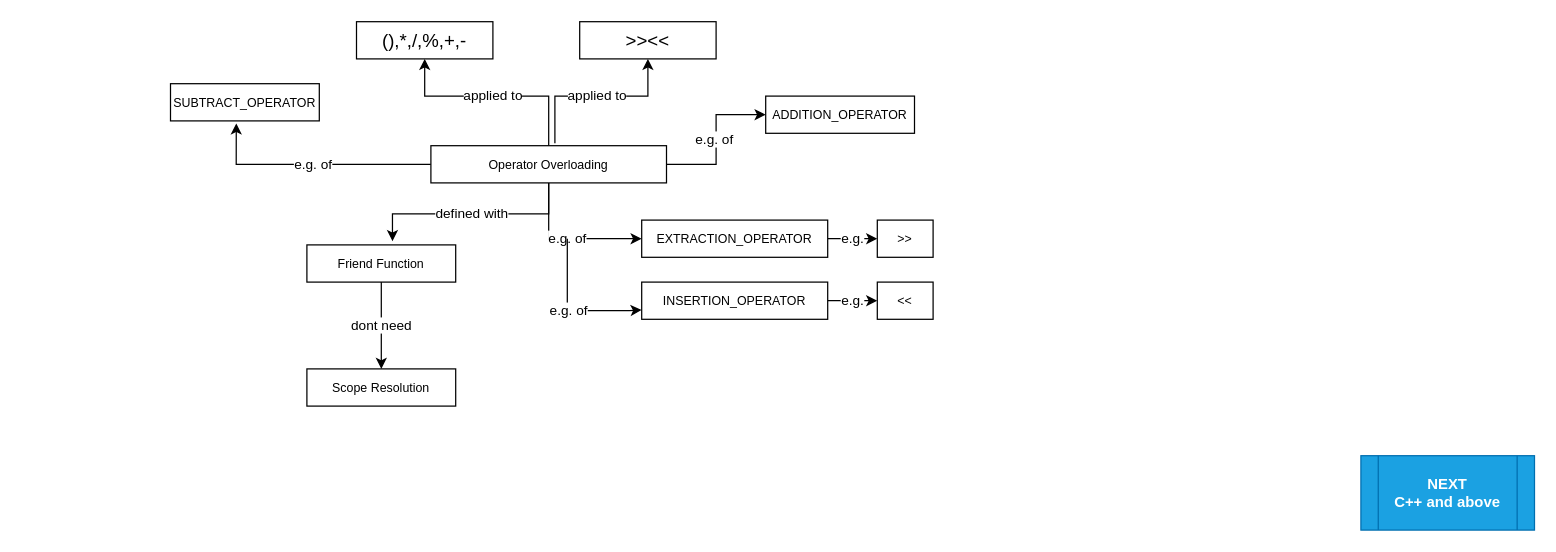
Earlier version of the draw.io diagram page "Operator Overloading (8)" (8 of 17) of revision/Supplementary/Mindmapcpp.drawio (BSCdfdff/LearnCppProgramming). Source tidied: cells renumbered, new cells numbered last; positions are measured from the earlier drawing's top-left corner, leaving out a move shared by most shapes. Both pictures are drawn from the tidied source at 124%, with x=0, y=0 at pixel (170, 21).
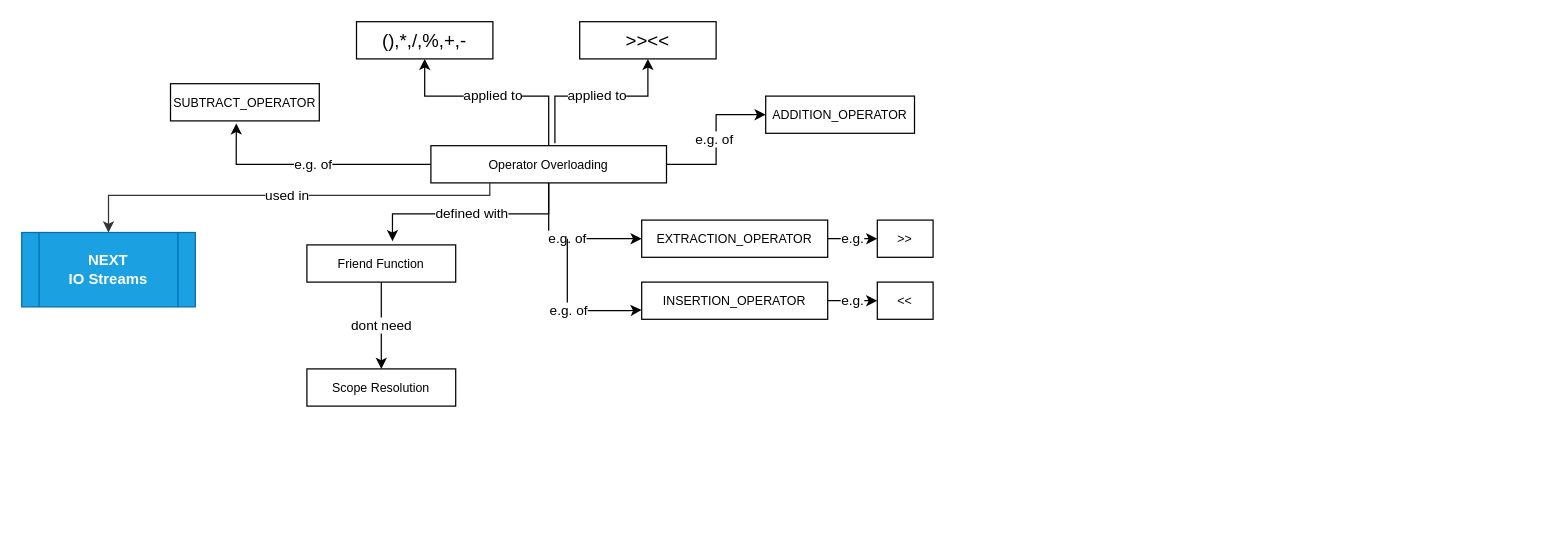
The same page after the edit.

Unchanged cells that the change refers to:
```xml
<mxCell id="7" value="&lt;span style=&quot;font-size: 10px&quot;&gt;Operator Overloading&lt;/span&gt;" style="rounded=0;whiteSpace=wrap;html=1;" parent="1" vertex="1">
  <mxGeometry x="210" y="100" width="190" height="30" as="geometry" />
</mxCell>
```

What changed in the source:
```diff
@@
+    <mxCell id="24" value="used in" style="edgeStyle=orthogonalEdgeStyle;rounded=0;jettySize=auto;html=1;strokeColor=#333333;strokeWidth=1;exitX=0.25;exitY=1;exitDx=0;exitDy=0;" parent="1" edge="1" source="7" target="8">
+      <mxGeometry relative="1" as="geometry">
+        <Array as="points">
+          <mxPoint x="258" y="140" />
+          <mxPoint x="-50" y="140" />
+        </Array>
+      </mxGeometry>
+    </mxCell>
-    <mxCell id="8" value="NEXT&lt;br&gt;C++ and above" style="shape=process;whiteSpace=wrap;html=1;backgroundOutline=1;rounded=0;shadow=0;fillColor=#1ba1e2;strokeColor=#006EAF;fontColor=#ffffff;fontStyle=1;fontFamily=Montserrat;FType=g;" parent="1" vertex="1">
-      <mxGeometry x="960" y="350" width="140" height="60" as="geometry" />
+    <mxCell id="8" value="NEXT&lt;br&gt;IO Streams" style="shape=process;whiteSpace=wrap;html=1;backgroundOutline=1;rounded=0;shadow=0;fillColor=#1ba1e2;strokeColor=#006EAF;fontColor=#ffffff;fontStyle=1;fontFamily=Montserrat;FType=g;" parent="1" vertex="1">
+      <mxGeometry x="-120" y="170" width="140" height="60" as="geometry" />
     </mxCell>
```
